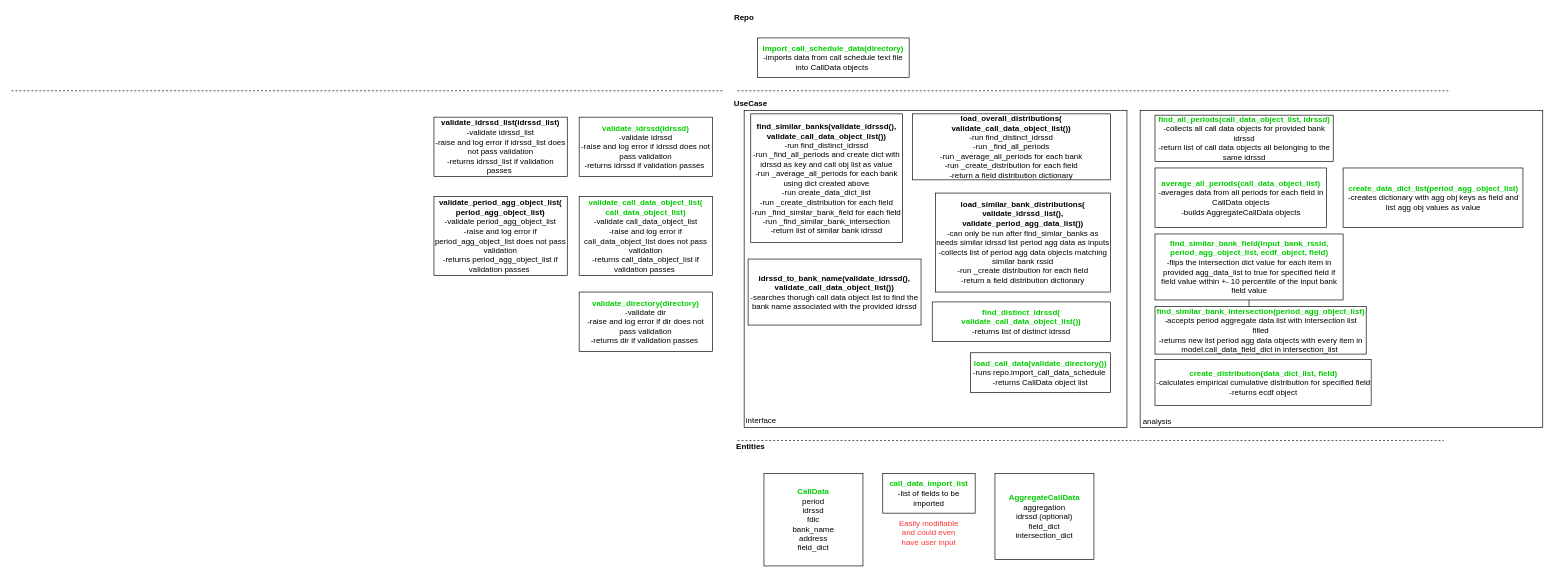
Earlier version of the draw.io diagram page "architecture" (1 of 5) of architecture/bank_like_x_architecture.drawio (JasonBrauer/banklikex). Source tidied: cells renumbered, new cells numbered last; positions are measured from the earlier drawing's top-left corner, leaving out a move shared by most shapes. Both pictures are drawn from the tidied source at 66%, with x=0, y=0 at pixel (11, 11).
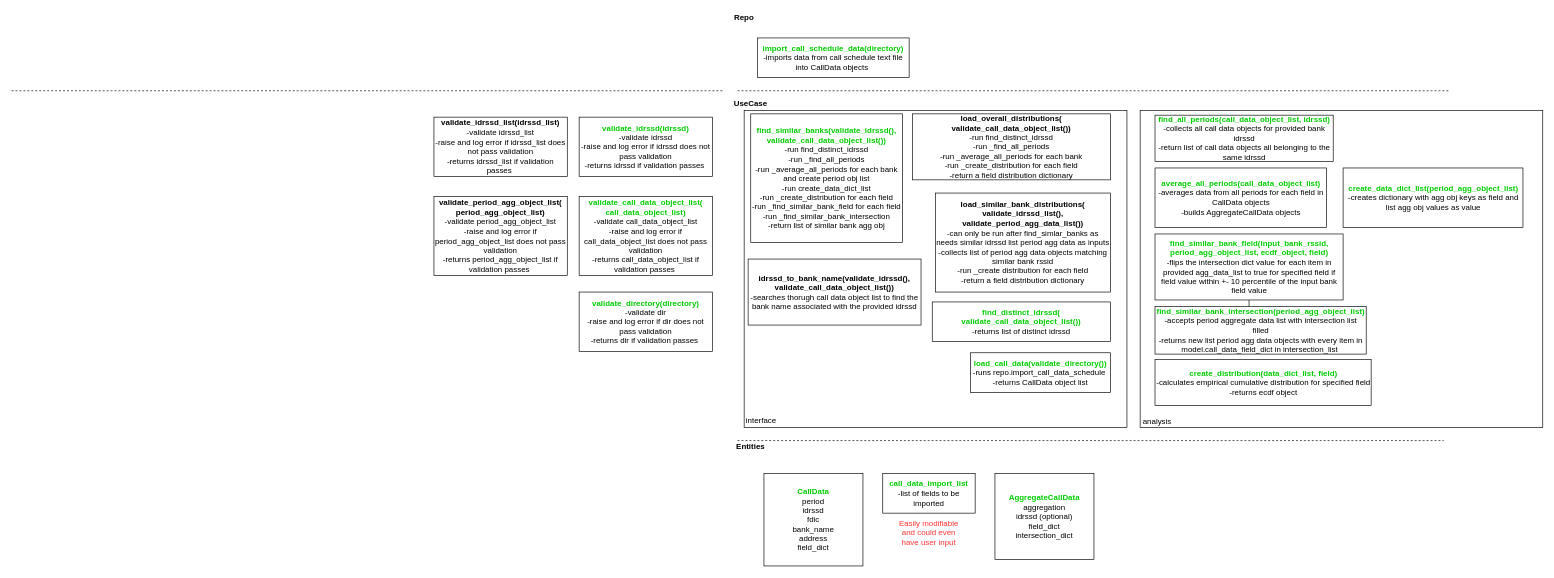
After the change.

What changed in the source:
```diff
@@
-    <mxCell id="11" value="&lt;b&gt;find_similar_banks(validate_idrssd(), validate_call_data_object_list())&lt;/b&gt;&lt;br&gt;-run find_distinct_idrssd&lt;br&gt;-run _find_all_periods and create dict with idrssd as key and call obj list as value&lt;br&gt;-run _average_all_periods for each bank using dict created above&lt;br&gt;-run create_data_dict_list&lt;br&gt;-run _create_distribution for each field&lt;br&gt;-run _find_similar_bank_field for each field&lt;br&gt;-run _find_similar_bank_intersection&lt;br&gt;-return list of similar bank idrssd" style="rounded=0;whiteSpace=wrap;html=1;" parent="1" vertex="1">
+    <mxCell id="11" value="&lt;b&gt;&lt;font color=&quot;#00cc00&quot;&gt;find_similar_banks(validate_idrssd(), validate_call_data_object_list())&lt;/font&gt;&lt;/b&gt;&lt;br&gt;-run find_distinct_idrssd&lt;br&gt;-run _find_all_periods&lt;br&gt;-run _average_all_periods for each bank and create period obj list&lt;br&gt;-run create_data_dict_list&lt;br&gt;-run _create_distribution for each field&lt;br&gt;-run _find_similar_bank_field for each field&lt;br&gt;-run _find_similar_bank_intersection&lt;br&gt;-return list of similar bank agg obj" style="rounded=0;whiteSpace=wrap;html=1;" parent="1" vertex="1">
       <mxGeometry x="1120" y="155" width="230" height="195" as="geometry" />
     </mxCell>
```
